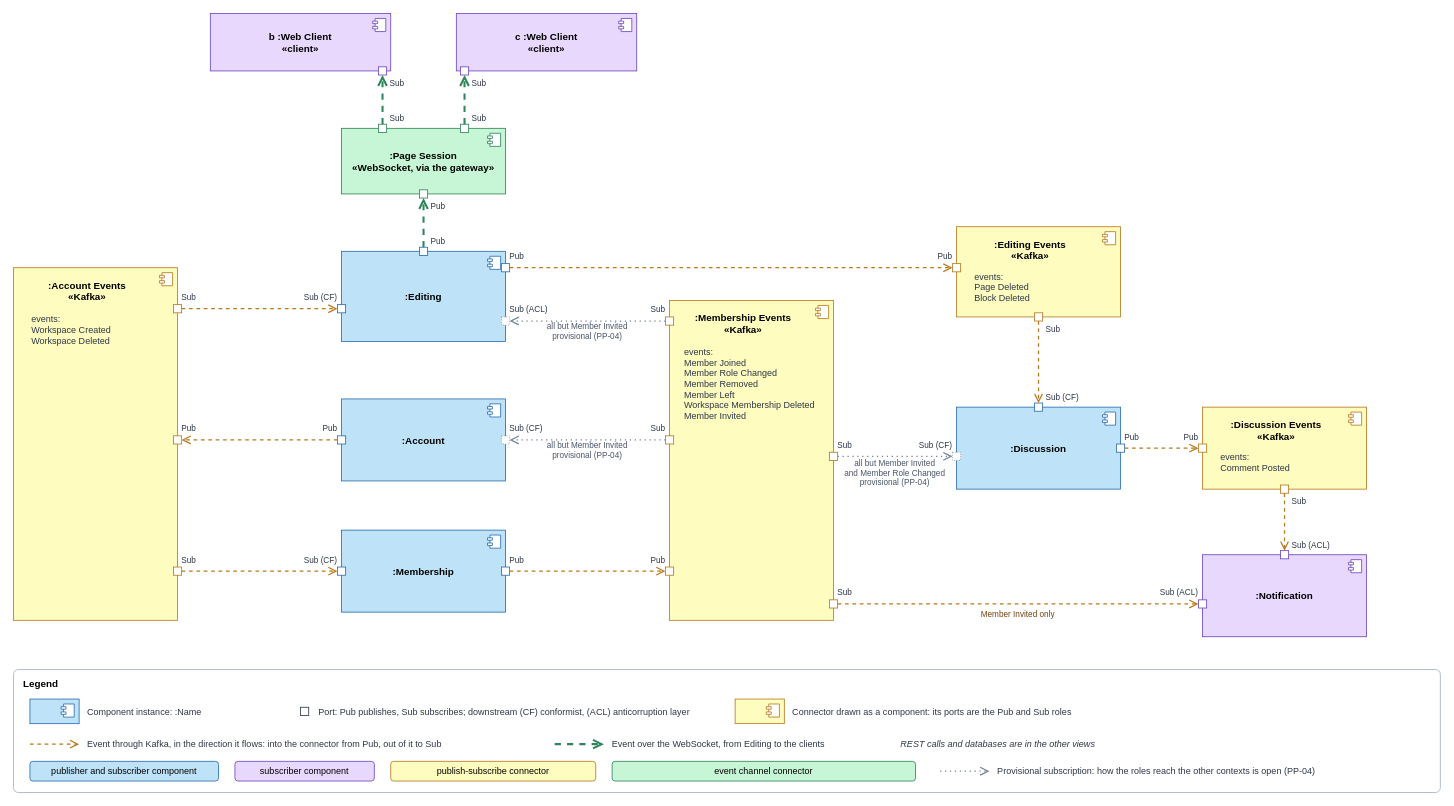
This is docs/assets/components-and-connectors/event-based.drawio from Bending-Forks/gotion, a draw.io file, before an edit. Source tidied: cells renumbered, new cells numbered last; positions are measured from the earlier drawing's top-left corner, leaving out a move shared by most shapes. Both pictures are drawn from the tidied source at 82%, with x=0, y=0 at pixel (13, 13).
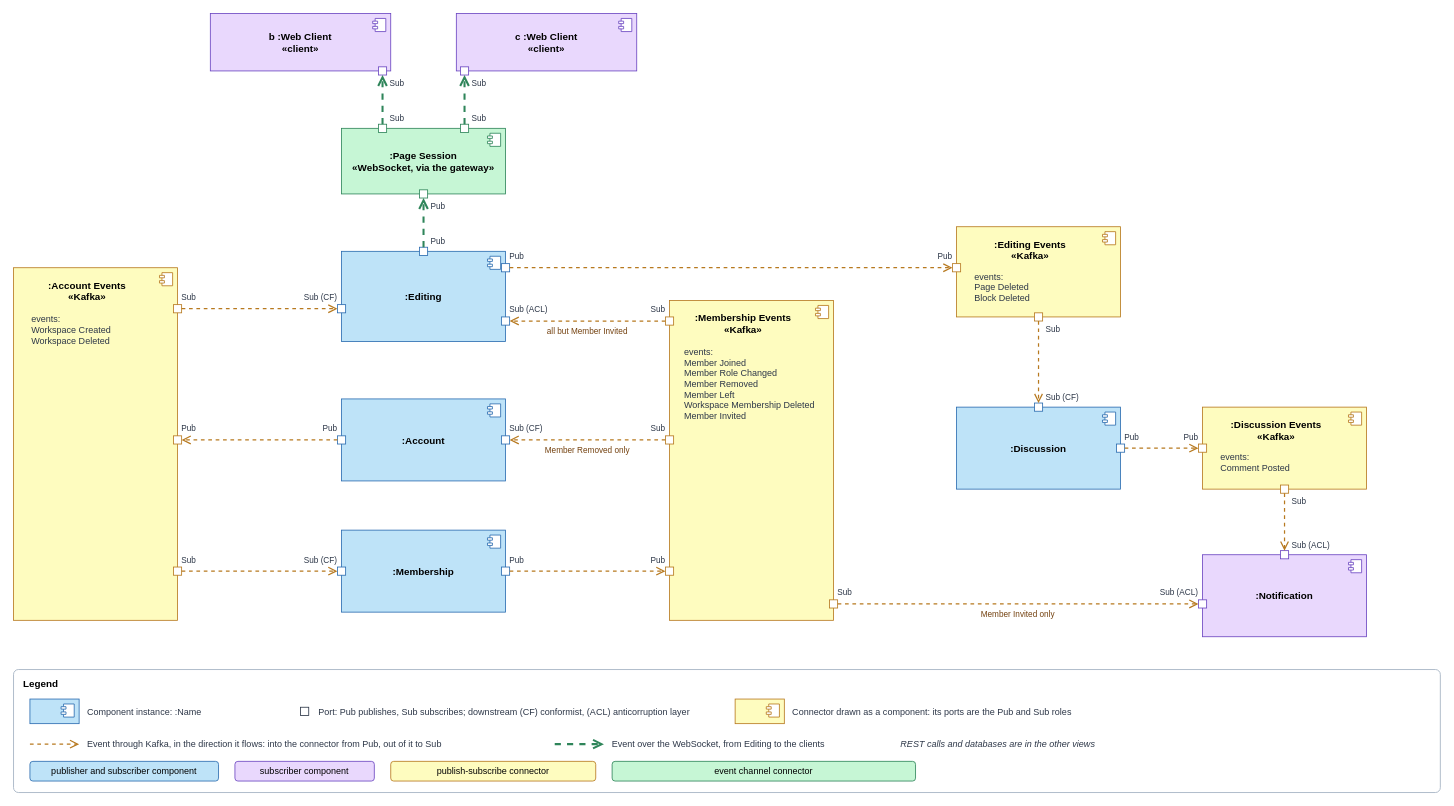
The same page after the edit.

Unchanged cells that the change refers to:
```xml
<mxCell id="51" value="Sub" style="rounded=0;html=0;fillColor=#ffffff;strokeColor=#b7791f;fontSize=10;fontColor=#2d3748;labelPosition=left;verticalLabelPosition=top;align=right;verticalAlign=bottom;spacingRight=-2;" parent="1" vertex="1">
  <mxGeometry x="795" y="370" width="10" height="10" as="geometry" />
</mxCell>
<mxCell id="52" value="Sub" style="rounded=0;html=0;fillColor=#ffffff;strokeColor=#b7791f;fontSize=10;fontColor=#2d3748;labelPosition=left;verticalLabelPosition=top;align=right;verticalAlign=bottom;spacingRight=-2;" parent="1" vertex="1">
  <mxGeometry x="795" y="515" width="10" height="10" as="geometry" />
</mxCell>
```

Change to the diagram source:
```diff
@@
-    <mxCell id="38" value="Sub (ACL)" style="rounded=0;html=0;fillColor=#ffffff;strokeColor=#718096;dashed=1;dashPattern=1 2;fontSize=10;fontColor=#2d3748;labelPosition=right;verticalLabelPosition=top;align=left;verticalAlign=bottom;spacingLeft=-2;" parent="1" vertex="1">
+    <mxCell id="38" value="Sub (ACL)" style="rounded=0;html=0;fillColor=#ffffff;strokeColor=#2b6cb0;fontSize=10;fontColor=#2d3748;labelPosition=right;verticalLabelPosition=top;align=left;verticalAlign=bottom;spacingLeft=-2;" parent="1" vertex="1">
       <mxGeometry x="595" y="370" width="10" height="10" as="geometry" />
     </mxCell>
@@
-    <mxCell id="40" value="Sub (CF)" style="rounded=0;html=0;fillColor=#ffffff;strokeColor=#718096;dashed=1;dashPattern=1 2;fontSize=10;fontColor=#2d3748;labelPosition=right;verticalLabelPosition=top;align=left;verticalAlign=bottom;spacingLeft=-2;" parent="1" vertex="1">
+    <mxCell id="40" value="Sub (CF)" style="rounded=0;html=0;fillColor=#ffffff;strokeColor=#2b6cb0;fontSize=10;fontColor=#2d3748;labelPosition=right;verticalLabelPosition=top;align=left;verticalAlign=bottom;spacingLeft=-2;" parent="1" vertex="1">
       <mxGeometry x="595" y="515" width="10" height="10" as="geometry" />
     </mxCell>
@@
-    <mxCell id="44" value="Sub (CF)" style="rounded=0;html=0;fillColor=#ffffff;strokeColor=#718096;dashed=1;dashPattern=1 2;fontSize=10;fontColor=#2d3748;labelPosition=left;verticalLabelPosition=top;align=right;verticalAlign=bottom;spacingRight=-2;" parent="1" vertex="1">
-      <mxGeometry x="1145" y="535" width="10" height="10" as="geometry" />
-    </mxCell>
@@
-    <mxCell id="54" value="Sub" style="rounded=0;html=0;fillColor=#ffffff;strokeColor=#b7791f;fontSize=10;fontColor=#2d3748;labelPosition=right;verticalLabelPosition=top;align=left;verticalAlign=bottom;spacingLeft=-2;" parent="1" vertex="1">
-      <mxGeometry x="995" y="535" width="10" height="10" as="geometry" />
-    </mxCell>
@@
-    <mxCell id="67" value="all but Member Invited&#10;provisional (PP-04)" style="dashed=1;dashPattern=1 3;endArrow=open;endSize=8;html=0;strokeColor=#718096;strokeWidth=1.5;fontSize=10;fontColor=#4a5568;labelBackgroundColor=none;exitX=0;exitY=0.5;exitDx=0;exitDy=0;entryX=1;entryY=0.5;entryDx=0;entryDy=0;" parent="1" edge="1" source="51" target="38">
+    <mxCell id="67" value="all but Member Invited" style="dashed=1;endArrow=open;endSize=8;html=0;strokeColor=#b7791f;strokeWidth=1.5;fontSize=10;fontColor=#744210;labelBackgroundColor=none;exitX=0;exitY=0.5;exitDx=0;exitDy=0;entryX=1;entryY=0.5;entryDx=0;entryDy=0;" parent="1" edge="1" source="51" target="38">
       <mxGeometry relative="1" as="geometry">
         <mxPoint y="12" as="offset" />
       </mxGeometry>
     </mxCell>
-    <mxCell id="68" value="all but Member Invited&#10;provisional (PP-04)" style="dashed=1;dashPattern=1 3;endArrow=open;endSize=8;html=0;strokeColor=#718096;strokeWidth=1.5;fontSize=10;fontColor=#4a5568;labelBackgroundColor=none;exitX=0;exitY=0.5;exitDx=0;exitDy=0;entryX=1;entryY=0.5;entryDx=0;entryDy=0;" parent="1" edge="1" source="52" target="40">
+    <mxCell id="68" value="Member Removed only" style="dashed=1;endArrow=open;endSize=8;html=0;strokeColor=#b7791f;strokeWidth=1.5;fontSize=10;fontColor=#744210;labelBackgroundColor=none;exitX=0;exitY=0.5;exitDx=0;exitDy=0;entryX=1;entryY=0.5;entryDx=0;entryDy=0;" parent="1" edge="1" source="52" target="40">
       <mxGeometry relative="1" as="geometry">
         <mxPoint y="12" as="offset" />
       </mxGeometry>
     </mxCell>
-    <mxCell id="69" value="all but Member Invited&#10;and Member Role Changed&#10;provisional (PP-04)" style="dashed=1;dashPattern=1 3;endArrow=open;endSize=8;html=0;strokeColor=#718096;strokeWidth=1.5;fontSize=10;fontColor=#4a5568;labelBackgroundColor=none;exitX=1;exitY=0.5;exitDx=0;exitDy=0;entryX=0;entryY=0.5;entryDx=0;entryDy=0;" parent="1" edge="1" source="54" target="44">
-      <mxGeometry relative="1" as="geometry">
-        <mxPoint y="20" as="offset" />
-      </mxGeometry>
-    </mxCell>
@@
-    <mxCell id="89" style="dashed=1;dashPattern=1 3;endArrow=open;endSize=8;html=0;strokeColor=#718096;strokeWidth=1.5;" parent="1" edge="1">
-      <mxGeometry relative="1" as="geometry">
-        <mxPoint x="1130" y="924" as="sourcePoint" />
-        <mxPoint x="1190" y="924" as="targetPoint" />
-      </mxGeometry>
-    </mxCell>
-    <mxCell id="90" value="Provisional subscription: how the roles reach the other contexts is open (PP-04)" style="text;html=0;align=left;verticalAlign=middle;fontSize=11;fontColor=#2d3748;" parent="1" vertex="1">
-      <mxGeometry x="1198" y="914" width="530" height="20" as="geometry" />
-    </mxCell>
```
